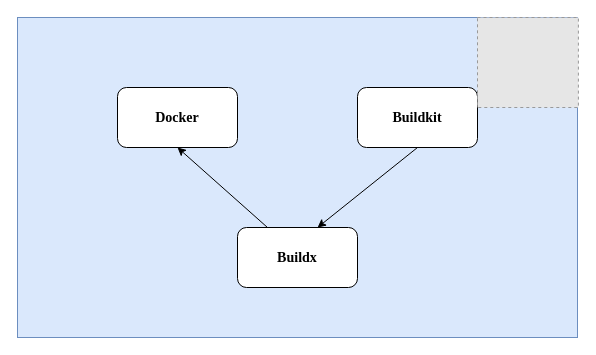
The draw.io diagram docker-buildx-buildkit.drawio in YanshanSong/draw.io, before the edit. Source tidied: cells renumbered, new cells numbered last; positions are measured from the earlier drawing's top-left corner, leaving out a move shared by most shapes. Both pictures are drawn from the tidied source at 100%, with x=0, y=0 at pixel (17, 17). Pictures stored in the file or linked from it are replaced by grey dashed boxes.
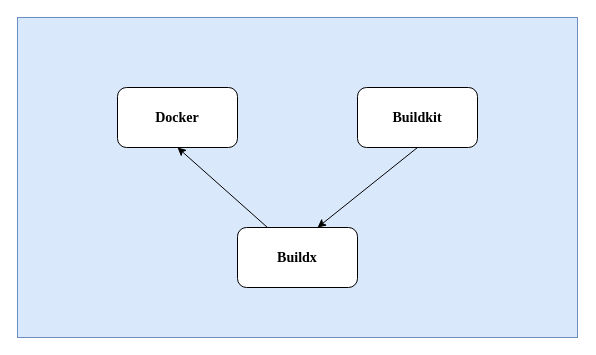
The same page after the edit.

Change to the diagram source:
```diff
@@
 <mxGraphModel>
   <root>
     <mxCell id="0" />
     <mxCell id="1" parent="0" />
     <mxCell id="2" style="rounded=0;whiteSpace=wrap;html=1;fillColor=#dae8fc;strokeColor=#6c8ebf;" parent="1" vertex="1">
       <mxGeometry width="560" height="320" as="geometry" />
     </mxCell>
     <mxCell id="3" value="&lt;h3&gt;&lt;font face=&quot;Times New Roman&quot;&gt;Docker&lt;/font&gt;&lt;/h3&gt;" style="rounded=1;whiteSpace=wrap;html=1;" parent="1" vertex="1">
       <mxGeometry x="100" y="70" width="120" height="60" as="geometry" />
     </mxCell>
     <mxCell id="4" value="&lt;h3&gt;&lt;font face=&quot;Times New Roman&quot;&gt;Buildkit&lt;/font&gt;&lt;/h3&gt;" style="rounded=1;whiteSpace=wrap;html=1;" parent="1" vertex="1">
       <mxGeometry x="340" y="70" width="120" height="60" as="geometry" />
     </mxCell>
     <mxCell id="5" value="&lt;h3&gt;&lt;font face=&quot;Times New Roman&quot;&gt;Buildx&lt;/font&gt;&lt;/h3&gt;" style="rounded=1;whiteSpace=wrap;html=1;" parent="1" vertex="1">
       <mxGeometry x="220" y="210" width="120" height="60" as="geometry" />
     </mxCell>
     <mxCell id="6" style="endArrow=classic;html=1;rounded=0;fontFamily=Times New Roman;entryX=0.667;entryY=0;entryDx=0;entryDy=0;entryPerimeter=0;exitX=0.5;exitY=1;exitDx=0;exitDy=0;" parent="1" edge="1" source="4" target="5">
       <mxGeometry relative="1" as="geometry" />
     </mxCell>
     <mxCell id="7" style="endArrow=classic;html=1;rounded=0;fontFamily=Times New Roman;entryX=0.5;entryY=1;entryDx=0;entryDy=0;exitX=0.25;exitY=0;exitDx=0;exitDy=0;" parent="1" edge="1" source="5" target="3">
       <mxGeometry relative="1" as="geometry" />
     </mxCell>
-    <mxCell id="8" style="fillColor=#E6E6E6;strokeColor=#999999;dashed=1;verticalLabelPosition=bottom;labelBackgroundColor=default;verticalAlign=top;" parent="1" vertex="1">
-      <mxGeometry x="460" width="100.9" height="90" as="geometry" />
-    </mxCell>
   </root>
 </mxGraphModel>
```
